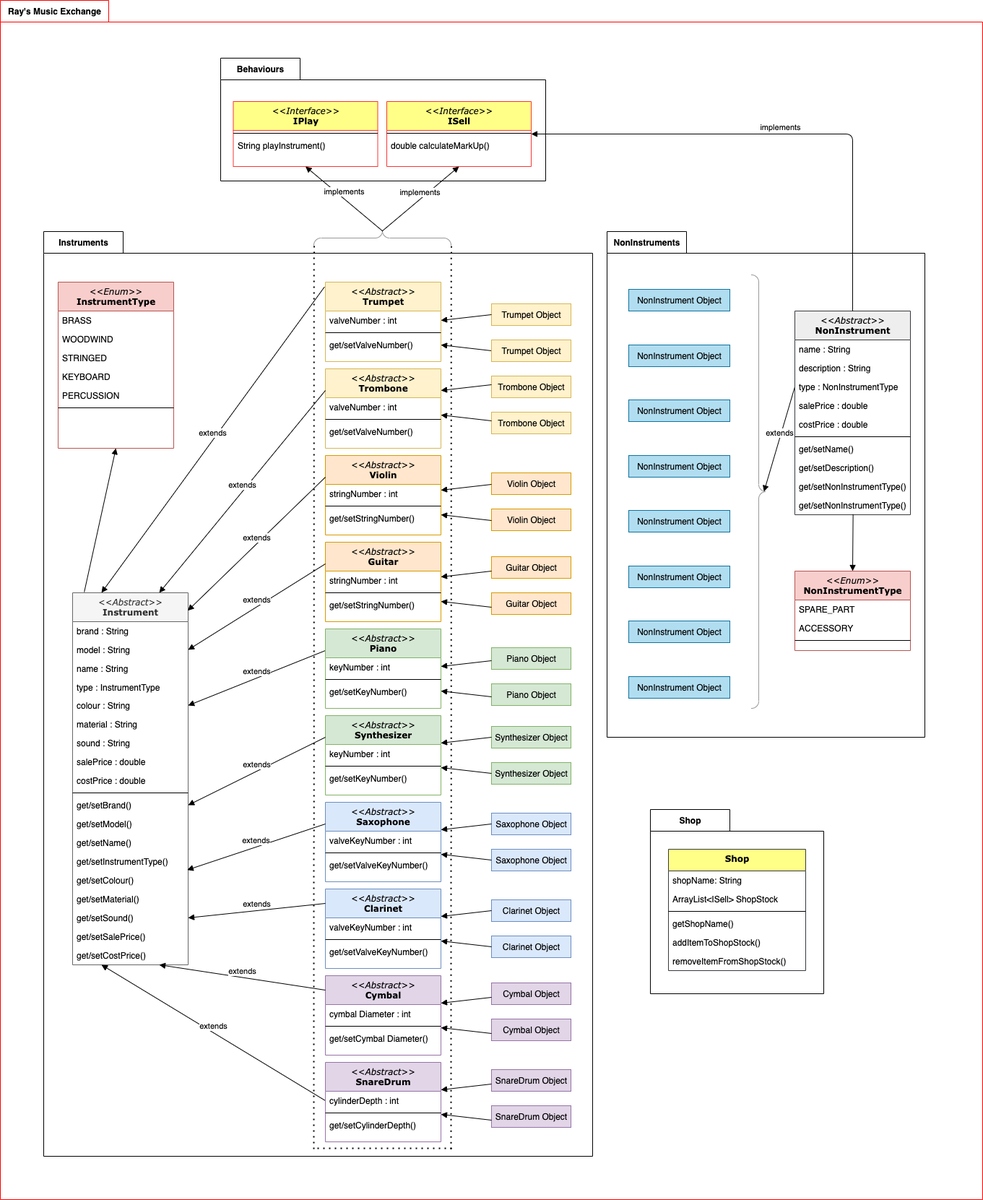
Before: Rays_Music_Exchange.png, a diagram exported from draw.io (jonnystv/Java-Music-Shop-App). Source tidied: cells renumbered, new cells last; positions are measured from the earlier drawing's top-left corner, leaving out a move shared by most shapes.
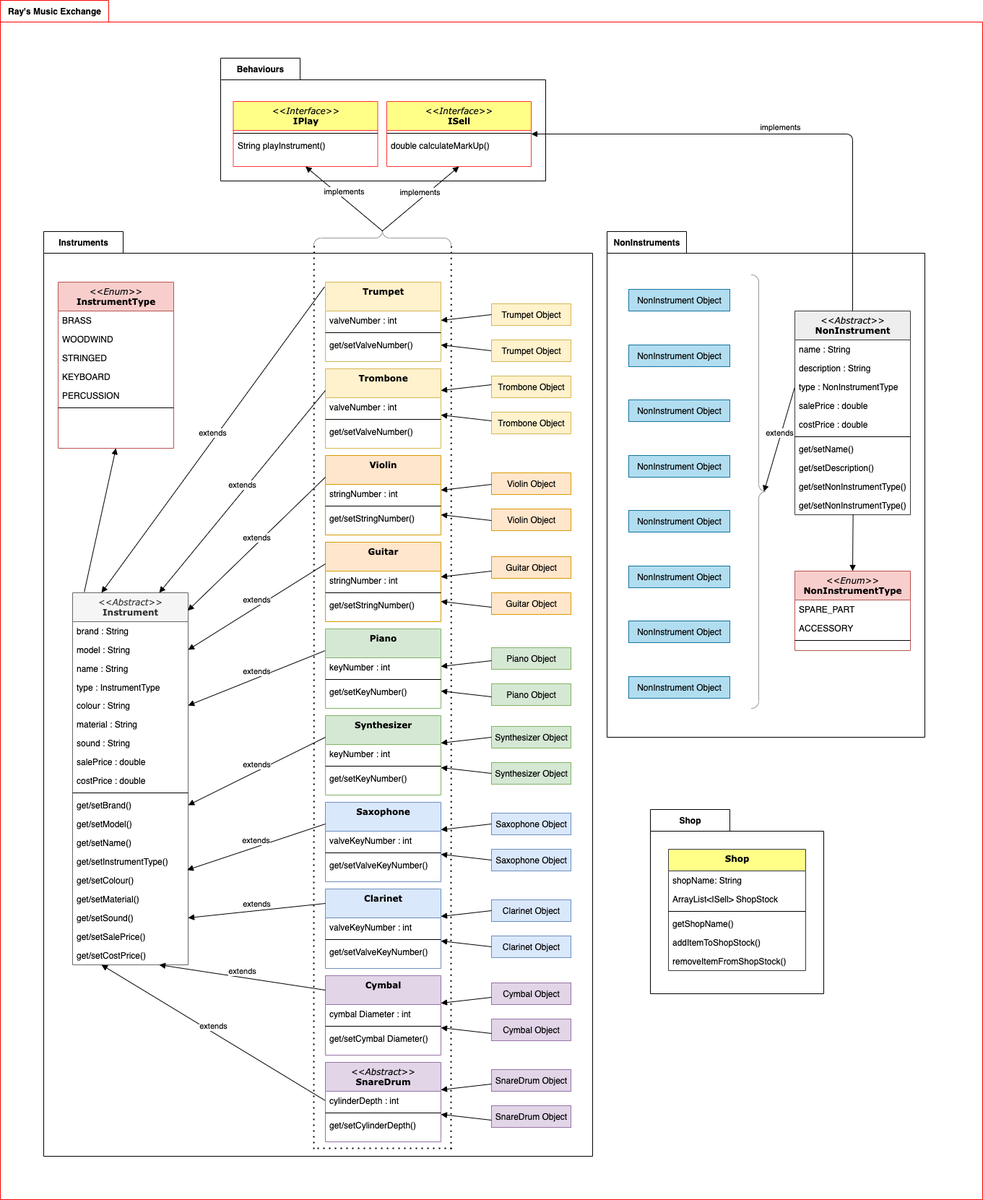
After the change.

Commit message:
Updated plan added Trumpet class

What changed in the source:
```diff
@@ -94,7 +94,7 @@
     <mxCell id="31" value="get/setCostPrice()" style="text;html=1;strokeColor=none;fillColor=none;align=left;verticalAlign=top;spacingLeft=4;spacingRight=4;whiteSpace=wrap;overflow=hidden;" parent="12" vertex="1">
       <mxGeometry y="489" width="160" height="26" as="geometry" />
     </mxCell>
-    <mxCell id="32" value="&amp;lt;&amp;lt;&lt;i&gt;Abstract&lt;/i&gt;&amp;gt;&amp;gt;&lt;br&gt;&lt;b&gt;Guitar&lt;/b&gt;" style="swimlane;html=1;fontStyle=0;align=center;verticalAlign=top;horizontal=1;startSize=40;swimlaneFillColor=#ffffff;rounded=0;shadow=0;comic=0;labelBackgroundColor=none;strokeWidth=1;fillColor=#ffe6cc;fontFamily=Verdana;fontSize=12;strokeColor=#d79b00;" parent="1" vertex="1">
+    <mxCell id="32" value="&lt;b&gt;Guitar&lt;/b&gt;" style="swimlane;html=1;fontStyle=0;align=center;verticalAlign=top;horizontal=1;startSize=40;swimlaneFillColor=#ffffff;rounded=0;shadow=0;comic=0;labelBackgroundColor=none;strokeWidth=1;fillColor=#ffe6cc;fontFamily=Verdana;fontSize=12;strokeColor=#d79b00;" parent="1" vertex="1">
       <mxGeometry x="450" y="750" width="160" height="110" as="geometry" />
     </mxCell>
     <mxCell id="33" value="stringNumber : int" style="text;html=1;strokeColor=none;fillColor=none;align=left;verticalAlign=top;spacingLeft=4;spacingRight=4;whiteSpace=wrap;overflow=hidden;" parent="32" vertex="1">
@@ -106,7 +106,7 @@
     <mxCell id="35" value="get/setStringNumber()" style="text;html=1;strokeColor=none;fillColor=none;align=left;verticalAlign=top;spacingLeft=4;spacingRight=4;whiteSpace=wrap;overflow=hidden;" parent="32" vertex="1">
       <mxGeometry y="74" width="160" height="26" as="geometry" />
     </mxCell>
-    <mxCell id="36" value="&amp;lt;&amp;lt;&lt;i&gt;Abstract&lt;/i&gt;&amp;gt;&amp;gt;&lt;br&gt;&lt;b&gt;Violin&lt;/b&gt;" style="swimlane;html=1;fontStyle=0;align=center;verticalAlign=top;horizontal=1;startSize=40;swimlaneFillColor=#ffffff;rounded=0;shadow=0;comic=0;labelBackgroundColor=none;strokeWidth=1;fillColor=#ffe6cc;fontFamily=Verdana;fontSize=12;strokeColor=#d79b00;" parent="1" vertex="1">
+    <mxCell id="36" value="&lt;b&gt;Violin&lt;/b&gt;" style="swimlane;html=1;fontStyle=0;align=center;verticalAlign=top;horizontal=1;startSize=40;swimlaneFillColor=#ffffff;rounded=0;shadow=0;comic=0;labelBackgroundColor=none;strokeWidth=1;fillColor=#ffe6cc;fontFamily=Verdana;fontSize=12;strokeColor=#d79b00;" parent="1" vertex="1">
       <mxGeometry x="450" y="630" width="160" height="110" as="geometry" />
     </mxCell>
     <mxCell id="37" value="stringNumber : int" style="text;html=1;strokeColor=none;fillColor=none;align=left;verticalAlign=top;spacingLeft=4;spacingRight=4;whiteSpace=wrap;overflow=hidden;" parent="36" vertex="1">
@@ -118,7 +118,7 @@
     <mxCell id="39" value="get/setStringNumber()" style="text;html=1;strokeColor=none;fillColor=none;align=left;verticalAlign=top;spacingLeft=4;spacingRight=4;whiteSpace=wrap;overflow=hidden;" parent="36" vertex="1">
       <mxGeometry y="74" width="160" height="26" as="geometry" />
     </mxCell>
-    <mxCell id="40" value="&amp;lt;&amp;lt;&lt;i&gt;Abstract&lt;/i&gt;&amp;gt;&amp;gt;&lt;br&gt;&lt;b&gt;Trumpet&lt;/b&gt;" style="swimlane;html=1;fontStyle=0;align=center;verticalAlign=top;horizontal=1;startSize=40;swimlaneFillColor=#ffffff;rounded=0;shadow=0;comic=0;labelBackgroundColor=none;strokeWidth=1;fillColor=#fff2cc;fontFamily=Verdana;fontSize=12;strokeColor=#d6b656;" parent="1" vertex="1">
+    <mxCell id="40" value="&lt;b&gt;Trumpet&lt;/b&gt;" style="swimlane;html=1;fontStyle=0;align=center;verticalAlign=top;horizontal=1;startSize=40;swimlaneFillColor=#ffffff;rounded=0;shadow=0;comic=0;labelBackgroundColor=none;strokeWidth=1;fillColor=#fff2cc;fontFamily=Verdana;fontSize=12;strokeColor=#d6b656;" parent="1" vertex="1">
       <mxGeometry x="450" y="390" width="160" height="110" as="geometry" />
     </mxCell>
     <mxCell id="41" value="valveNumber : int" style="text;html=1;strokeColor=none;fillColor=none;align=left;verticalAlign=top;spacingLeft=4;spacingRight=4;whiteSpace=wrap;overflow=hidden;points=[[0,0.5],[1,0.5]];portConstraint=eastwest;" parent="40" vertex="1">
@@ -130,7 +130,7 @@
     <mxCell id="43" value="get/setValveNumber()" style="text;html=1;strokeColor=none;fillColor=none;align=left;verticalAlign=top;spacingLeft=4;spacingRight=4;whiteSpace=wrap;overflow=hidden;points=[[0,0.5],[1,0.5]];portConstraint=eastwest;" parent="40" vertex="1">
       <mxGeometry y="74" width="160" height="26" as="geometry" />
     </mxCell>
-    <mxCell id="44" value="&amp;lt;&amp;lt;&lt;i&gt;Abstract&lt;/i&gt;&amp;gt;&amp;gt;&lt;br&gt;&lt;b&gt;Trombone&lt;/b&gt;" style="swimlane;html=1;fontStyle=0;align=center;verticalAlign=top;horizontal=1;startSize=40;swimlaneFillColor=#ffffff;rounded=0;shadow=0;comic=0;labelBackgroundColor=none;strokeWidth=1;fillColor=#fff2cc;fontFamily=Verdana;fontSize=12;strokeColor=#d6b656;" parent="1" vertex="1">
+    <mxCell id="44" value="&lt;b&gt;Trombone&lt;/b&gt;" style="swimlane;html=1;fontStyle=0;align=center;verticalAlign=top;horizontal=1;startSize=40;swimlaneFillColor=#ffffff;rounded=0;shadow=0;comic=0;labelBackgroundColor=none;strokeWidth=1;fillColor=#fff2cc;fontFamily=Verdana;fontSize=12;strokeColor=#d6b656;" parent="1" vertex="1">
       <mxGeometry x="450" y="510" width="160" height="110" as="geometry" />
     </mxCell>
     <mxCell id="45" value="valveNumber : int" style="text;html=1;strokeColor=none;fillColor=none;align=left;verticalAlign=top;spacingLeft=4;spacingRight=4;whiteSpace=wrap;overflow=hidden;" parent="44" vertex="1">
@@ -142,7 +142,7 @@
     <mxCell id="47" value="get/setValveNumber()" style="text;html=1;strokeColor=none;fillColor=none;align=left;verticalAlign=top;spacingLeft=4;spacingRight=4;whiteSpace=wrap;overflow=hidden;" parent="44" vertex="1">
       <mxGeometry y="74" width="160" height="26" as="geometry" />
     </mxCell>
-    <mxCell id="48" value="&amp;lt;&amp;lt;&lt;i&gt;Abstract&lt;/i&gt;&amp;gt;&amp;gt;&lt;br&gt;&lt;b&gt;Saxophone&lt;/b&gt;" style="swimlane;html=1;fontStyle=0;align=center;verticalAlign=top;horizontal=1;startSize=40;swimlaneFillColor=#ffffff;rounded=0;shadow=0;comic=0;labelBackgroundColor=none;strokeWidth=1;fillColor=#dae8fc;fontFamily=Verdana;fontSize=12;strokeColor=#6c8ebf;" parent="1" vertex="1">
+    <mxCell id="48" value="&lt;b&gt;Saxophone&lt;/b&gt;" style="swimlane;html=1;fontStyle=0;align=center;verticalAlign=top;horizontal=1;startSize=40;swimlaneFillColor=#ffffff;rounded=0;shadow=0;comic=0;labelBackgroundColor=none;strokeWidth=1;fillColor=#dae8fc;fontFamily=Verdana;fontSize=12;strokeColor=#6c8ebf;" parent="1" vertex="1">
       <mxGeometry x="450" y="1110" width="160" height="110" as="geometry" />
     </mxCell>
     <mxCell id="49" value="valveKeyNumber : int" style="text;html=1;strokeColor=none;fillColor=none;align=left;verticalAlign=top;spacingLeft=4;spacingRight=4;whiteSpace=wrap;overflow=hidden;" parent="48" vertex="1">
@@ -154,7 +154,7 @@
     <mxCell id="51" value="get/setValveKeyNumber()" style="text;html=1;strokeColor=none;fillColor=none;align=left;verticalAlign=top;spacingLeft=4;spacingRight=4;whiteSpace=wrap;overflow=hidden;" parent="48" vertex="1">
       <mxGeometry y="74" width="160" height="26" as="geometry" />
     </mxCell>
-    <mxCell id="52" value="&amp;lt;&amp;lt;&lt;i&gt;Abstract&lt;/i&gt;&amp;gt;&amp;gt;&lt;br&gt;&lt;b&gt;Clarinet&lt;/b&gt;" style="swimlane;html=1;fontStyle=0;align=center;verticalAlign=top;horizontal=1;startSize=40;swimlaneFillColor=#ffffff;rounded=0;shadow=0;comic=0;labelBackgroundColor=none;strokeWidth=1;fillColor=#dae8fc;fontFamily=Verdana;fontSize=12;strokeColor=#6c8ebf;" parent="1" vertex="1">
+    <mxCell id="52" value="&lt;b&gt;Clarinet&lt;/b&gt;" style="swimlane;html=1;fontStyle=0;align=center;verticalAlign=top;horizontal=1;startSize=40;swimlaneFillColor=#ffffff;rounded=0;shadow=0;comic=0;labelBackgroundColor=none;strokeWidth=1;fillColor=#dae8fc;fontFamily=Verdana;fontSize=12;strokeColor=#6c8ebf;" parent="1" vertex="1">
       <mxGeometry x="450" y="1230" width="160" height="110" as="geometry" />
     </mxCell>
     <mxCell id="53" value="valveKeyNumber&amp;nbsp;: int" style="text;html=1;strokeColor=none;fillColor=none;align=left;verticalAlign=top;spacingLeft=4;spacingRight=4;whiteSpace=wrap;overflow=hidden;" parent="52" vertex="1">
@@ -166,7 +166,7 @@
     <mxCell id="55" value="get/setValveKeyNumber()" style="text;html=1;strokeColor=none;fillColor=none;align=left;verticalAlign=top;spacingLeft=4;spacingRight=4;whiteSpace=wrap;overflow=hidden;" parent="52" vertex="1">
       <mxGeometry y="74" width="160" height="26" as="geometry" />
     </mxCell>
-    <mxCell id="56" value="&amp;lt;&amp;lt;&lt;i&gt;Abstract&lt;/i&gt;&amp;gt;&amp;gt;&lt;br&gt;&lt;b&gt;Piano&lt;/b&gt;" style="swimlane;html=1;fontStyle=0;align=center;verticalAlign=top;horizontal=1;startSize=40;swimlaneFillColor=#ffffff;rounded=0;shadow=0;comic=0;labelBackgroundColor=none;strokeWidth=1;fillColor=#d5e8d4;fontFamily=Verdana;fontSize=12;strokeColor=#82b366;" parent="1" vertex="1">
+    <mxCell id="56" value="&lt;b&gt;Piano&lt;/b&gt;" style="swimlane;html=1;fontStyle=0;align=center;verticalAlign=top;horizontal=1;startSize=40;swimlaneFillColor=#ffffff;rounded=0;shadow=0;comic=0;labelBackgroundColor=none;strokeWidth=1;fillColor=#d5e8d4;fontFamily=Verdana;fontSize=12;strokeColor=#82b366;" parent="1" vertex="1">
       <mxGeometry x="450" y="870" width="160" height="110" as="geometry" />
     </mxCell>
     <mxCell id="57" value="keyNumber : int" style="text;html=1;strokeColor=none;fillColor=none;align=left;verticalAlign=top;spacingLeft=4;spacingRight=4;whiteSpace=wrap;overflow=hidden;" parent="56" vertex="1">
@@ -178,7 +178,7 @@
     <mxCell id="59" value="get/setKeyNumber()" style="text;html=1;strokeColor=none;fillColor=none;align=left;verticalAlign=top;spacingLeft=4;spacingRight=4;whiteSpace=wrap;overflow=hidden;" parent="56" vertex="1">
       <mxGeometry y="74" width="160" height="26" as="geometry" />
     </mxCell>
-    <mxCell id="60" value="&amp;lt;&amp;lt;&lt;i&gt;Abstract&lt;/i&gt;&amp;gt;&amp;gt;&lt;br&gt;&lt;b&gt;Synthesizer&lt;/b&gt;" style="swimlane;html=1;fontStyle=0;align=center;verticalAlign=top;horizontal=1;startSize=40;swimlaneFillColor=#ffffff;rounded=0;shadow=0;comic=0;labelBackgroundColor=none;strokeWidth=1;fillColor=#d5e8d4;fontFamily=Verdana;fontSize=12;strokeColor=#82b366;" parent="1" vertex="1">
+    <mxCell id="60" value="&lt;b&gt;Synthesizer&lt;/b&gt;" style="swimlane;html=1;fontStyle=0;align=center;verticalAlign=top;horizontal=1;startSize=40;swimlaneFillColor=#ffffff;rounded=0;shadow=0;comic=0;labelBackgroundColor=none;strokeWidth=1;fillColor=#d5e8d4;fontFamily=Verdana;fontSize=12;strokeColor=#82b366;" parent="1" vertex="1">
       <mxGeometry x="450" y="990" width="160" height="110" as="geometry" />
     </mxCell>
     <mxCell id="61" value="keyNumber : int" style="text;html=1;strokeColor=none;fillColor=none;align=left;verticalAlign=top;spacingLeft=4;spacingRight=4;whiteSpace=wrap;overflow=hidden;" parent="60" vertex="1">
@@ -190,7 +190,7 @@
     <mxCell id="63" value="get/setKeyNumber()" style="text;html=1;strokeColor=none;fillColor=none;align=left;verticalAlign=top;spacingLeft=4;spacingRight=4;whiteSpace=wrap;overflow=hidden;" parent="60" vertex="1">
       <mxGeometry y="74" width="160" height="26" as="geometry" />
     </mxCell>
-    <mxCell id="64" value="&amp;lt;&amp;lt;&lt;i&gt;Abstract&lt;/i&gt;&amp;gt;&amp;gt;&lt;br&gt;&lt;b&gt;Cymbal&lt;/b&gt;" style="swimlane;html=1;fontStyle=0;align=center;verticalAlign=top;horizontal=1;startSize=40;swimlaneFillColor=#ffffff;rounded=0;shadow=0;comic=0;labelBackgroundColor=none;strokeWidth=1;fillColor=#e1d5e7;fontFamily=Verdana;fontSize=12;strokeColor=#9673a6;" parent="1" vertex="1">
+    <mxCell id="64" value="&lt;b&gt;Cymbal&lt;/b&gt;" style="swimlane;html=1;fontStyle=0;align=center;verticalAlign=top;horizontal=1;startSize=40;swimlaneFillColor=#ffffff;rounded=0;shadow=0;comic=0;labelBackgroundColor=none;strokeWidth=1;fillColor=#e1d5e7;fontFamily=Verdana;fontSize=12;strokeColor=#9673a6;" parent="1" vertex="1">
       <mxGeometry x="450" y="1350" width="160" height="110" as="geometry" />
     </mxCell>
     <mxCell id="65" value="cymbal Diameter : int" style="text;html=1;strokeColor=none;fillColor=none;align=left;verticalAlign=top;spacingLeft=4;spacingRight=4;whiteSpace=wrap;overflow=hidden;" parent="64" vertex="1">
```
